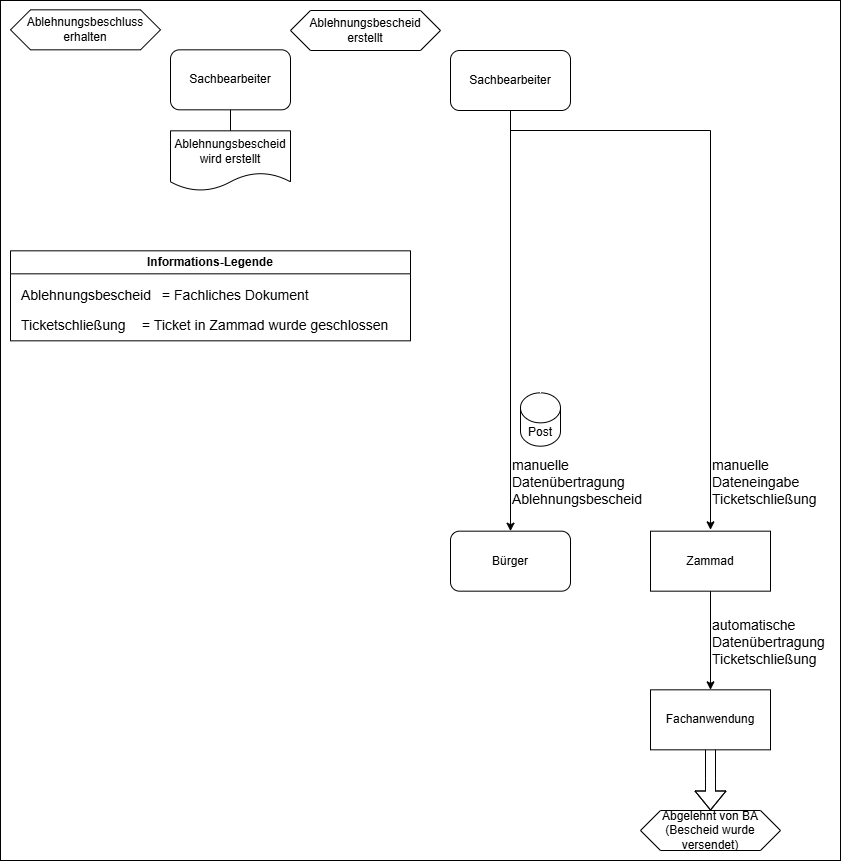
Before: docs/src/about/dataflow-diagram/Zurueckgewiesen-state.png, a diagram exported from draw.io (it-at-m/stadtbezirksbudget). Source tidied: cells renumbered, new cells last; positions are measured from the earlier drawing's top-left corner, leaving out a move shared by most shapes.
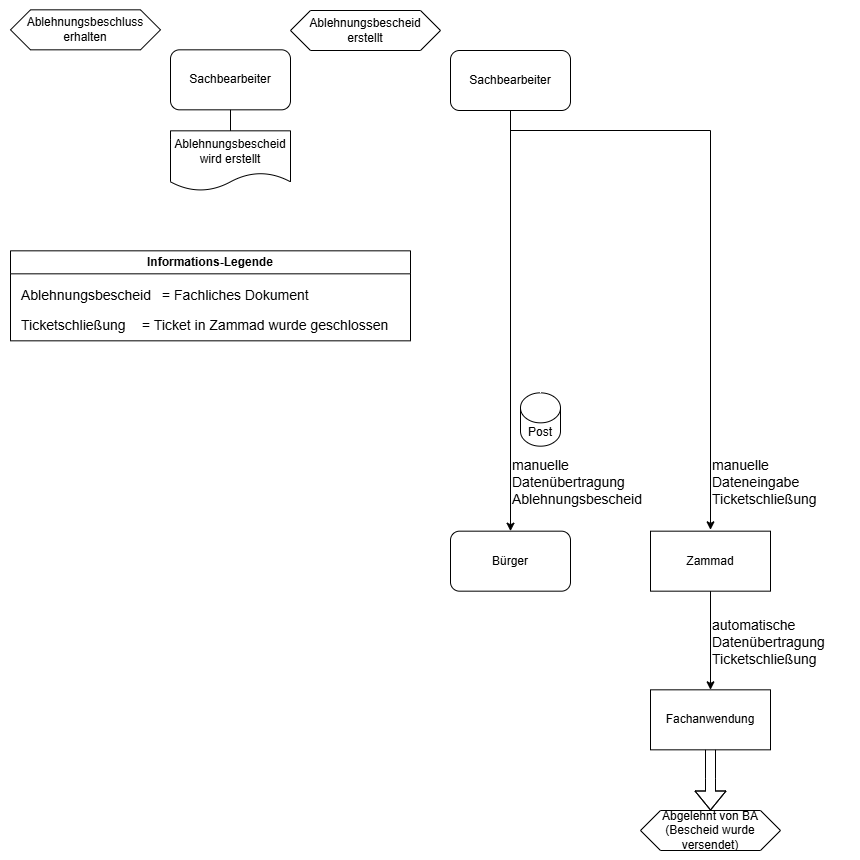
After the commit.

Commit message:
:memo: Fix image border

Diff of the diagram source:
```diff
@@ -86,7 +86,7 @@
     <mxCell id="24" value="Fachanwendung" style="rounded=0;whiteSpace=wrap;html=1;" parent="1" vertex="1">
       <mxGeometry x="650" y="689.3" width="120" height="60" as="geometry" />
     </mxCell>
-    <mxCell id="25" style="rounded=0;whiteSpace=wrap;html=1;fillColor=none;" parent="1" vertex="1">
+    <mxCell id="25" style="rounded=0;whiteSpace=wrap;html=1;fillColor=none;strokeColor=none;" parent="1" vertex="1">
       <mxGeometry width="840" height="860" as="geometry" />
     </mxCell>
   </root>
```
